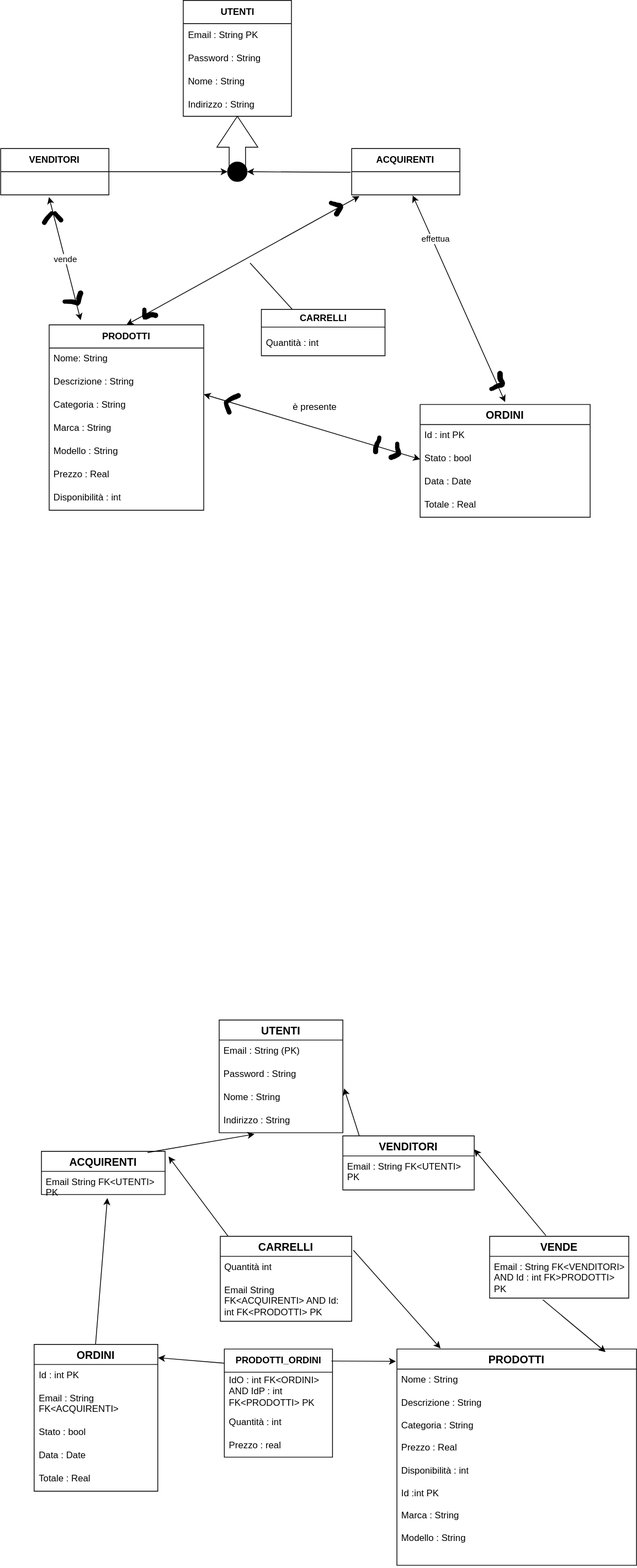
This is 2023-2024/Basi di Dati/Progetto/Diagramma E-Commerce.svg from paolotito1803/Informatica, a draw.io export, as it was before one commit. Source tidied: cells renumbered, new cells last; positions are measured from the earlier drawing's top-left corner, leaving out a move shared by most shapes.
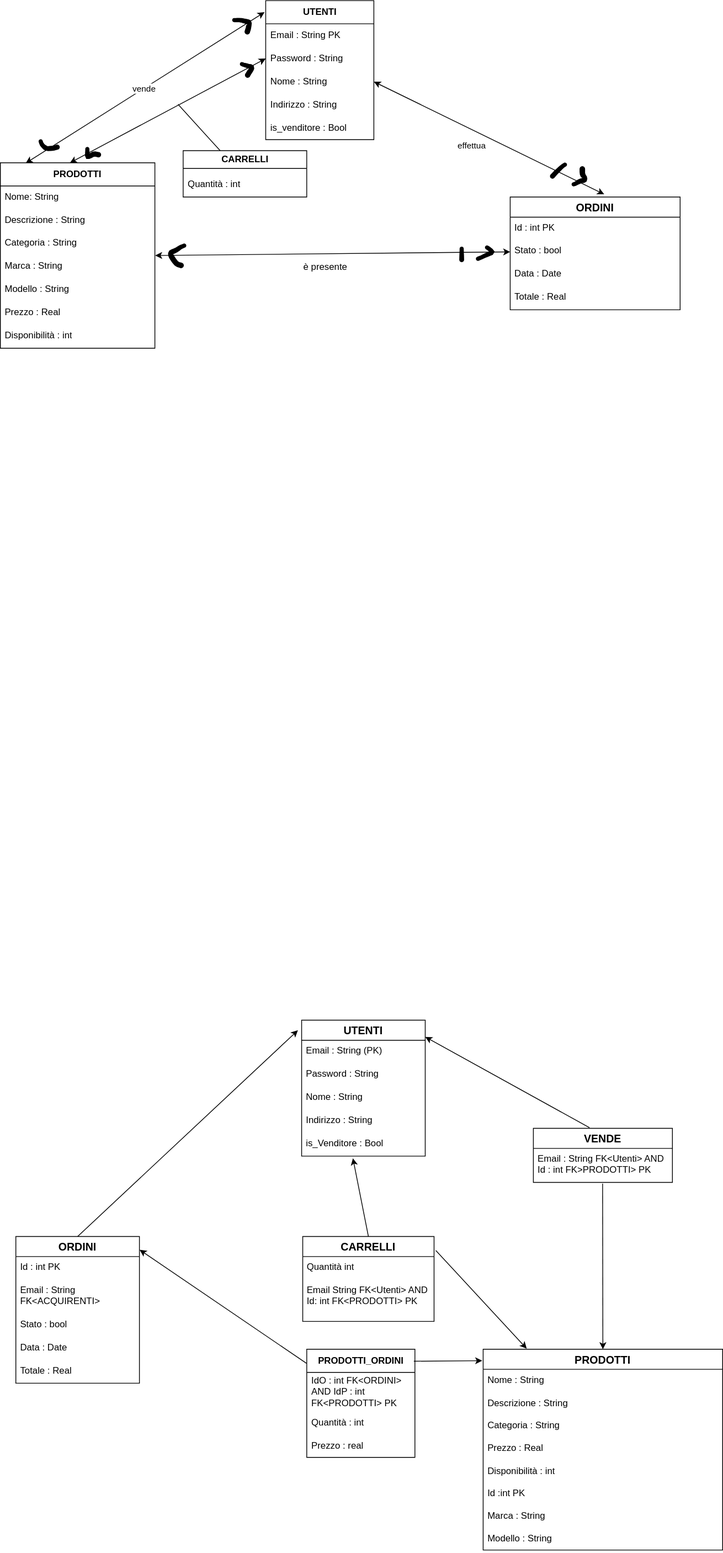
After the change.

Diff of the diagram source:
```diff
@@ -4,6 +4,4 @@
     <mxCell id="1" parent="0" />
-    <mxCell id="2" style="endArrow=classic;startArrow=classic;html=1;rounded=0;exitX=0.446;exitY=1.093;exitDx=0;exitDy=0;exitPerimeter=0;entryX=0.204;entryY=-0.025;entryDx=0;entryDy=0;entryPerimeter=0;" parent="1" edge="1" target="50">
-      <mxGeometry relative="1" as="geometry">
-        <mxPoint x="62.7" y="254.6" as="sourcePoint" />
-      </mxGeometry>
+    <mxCell id="2" style="endArrow=classic;startArrow=classic;html=1;rounded=0;exitX=-0.011;exitY=0.083;exitDx=0;exitDy=0;exitPerimeter=0;entryX=0.164;entryY=0.002;entryDx=0;entryDy=0;entryPerimeter=0;" parent="1" edge="1" source="43" target="50">
+      <mxGeometry relative="1" as="geometry" />
     </mxCell>
@@ -12,35 +10,18 @@
     </mxCell>
-    <mxCell id="4" style="html=1;shadow=0;dashed=0;align=center;verticalAlign=middle;shape=mxgraph.arrows2.arrow;dy=0.6;dx=40;direction=north;notch=0;" parent="1" vertex="1">
-      <mxGeometry x="280" y="150" width="53" height="70" as="geometry" />
-    </mxCell>
-    <mxCell id="5" style="ellipse;whiteSpace=wrap;html=1;fillColor=#000000;" parent="1" vertex="1">
-      <mxGeometry x="293.9" y="209.2" width="25.1" height="25.1" as="geometry" />
-    </mxCell>
-    <mxCell id="6" style="endArrow=classic;html=1;rounded=0;entryX=0;entryY=0.5;entryDx=0;entryDy=0;exitX=1;exitY=0.5;exitDx=0;exitDy=0;" parent="1" edge="1" source="48" target="5">
-      <mxGeometry relative="1" as="geometry" />
-    </mxCell>
-    <mxCell id="7" style="endArrow=classic;html=1;rounded=0;entryX=1;entryY=0.5;entryDx=0;entryDy=0;exitX=-0.01;exitY=0.025;exitDx=0;exitDy=0;exitPerimeter=0;" parent="1" edge="1" target="5">
-      <mxGeometry relative="1" as="geometry">
-        <mxPoint x="453" y="222.6" as="sourcePoint" />
-      </mxGeometry>
-    </mxCell>
-    <mxCell id="8" style="endArrow=classic;startArrow=classic;html=1;rounded=0;entryX=0.564;entryY=1.025;entryDx=0;entryDy=0;entryPerimeter=0;" parent="1" edge="1">
-      <mxGeometry relative="1" as="geometry">
-        <mxPoint x="653" y="520" as="sourcePoint" />
-        <mxPoint x="533.4" y="252.6" as="targetPoint" />
-      </mxGeometry>
+    <mxCell id="8" style="endArrow=classic;startArrow=classic;html=1;rounded=0;entryX=1;entryY=0.5;entryDx=0;entryDy=0;exitX=0.553;exitY=-0.025;exitDx=0;exitDy=0;exitPerimeter=0;" parent="1" edge="1" source="58" target="46">
+      <mxGeometry relative="1" as="geometry" />
     </mxCell>
     <mxCell id="9" value="effettua" style="edgeLabel;html=1;align=center;verticalAlign=middle;" parent="8" vertex="1">
-      <mxGeometry x="0.57" y="-4" relative="1" as="geometry" />
+      <mxGeometry x="0.57" y="-4" relative="1" as="geometry">
+        <mxPoint x="61" y="55" as="offset" />
+      </mxGeometry>
     </mxCell>
     <mxCell id="10" style="shape=(stored shape, 800 characters);lineShape=1;strokeColor=default;direction=north;" parent="1" vertex="1">
-      <mxGeometry x="633" y="480.2" width="19.4" height="25.1" as="geometry" />
+      <mxGeometry x="633" y="214.9" width="19.4" height="25.1" as="geometry" />
     </mxCell>
-    <mxCell id="11" style="endArrow=classic;startArrow=classic;html=1;rounded=0;exitX=0;exitY=0.5;exitDx=0;exitDy=0;" parent="1" edge="1" source="60">
-      <mxGeometry relative="1" as="geometry">
-        <mxPoint x="263" y="510" as="targetPoint" />
-      </mxGeometry>
+    <mxCell id="11" style="endArrow=classic;startArrow=classic;html=1;rounded=0;exitX=0;exitY=0.5;exitDx=0;exitDy=0;entryX=1.002;entryY=0;entryDx=0;entryDy=0;entryPerimeter=0;" parent="1" edge="1" source="60" target="54">
+      <mxGeometry relative="1" as="geometry" />
     </mxCell>
     <mxCell id="12" value="UTENTI" style="swimlane;fontStyle=1;horizontal=1;startSize=26;align=center;fontSize=14;" parent="1" vertex="1">
-      <mxGeometry x="283" y="1320" width="160" height="146" as="geometry" />
+      <mxGeometry x="283" y="1320" width="160" height="176" as="geometry" />
     </mxCell>
@@ -58,16 +39,7 @@
     </mxCell>
-    <mxCell id="17" value="ACQUIRENTI" style="swimlane;fontStyle=1;horizontal=1;startSize=26;align=center;fontSize=14;" parent="1" vertex="1">
-      <mxGeometry x="53" y="1490" width="160" height="56" as="geometry" />
-    </mxCell>
-    <mxCell id="18" value="Email String FK&amp;lt;UTENTI&amp;gt; PK" style="text;strokeColor=none;fillColor=none;spacingLeft=4;spacingRight=4;overflow=hidden;points=[[0,0.5],[1,0.5]];portConstraint=eastwest;fontSize=12;whiteSpace=wrap;html=1;" parent="17" vertex="1">
-      <mxGeometry y="26" width="160" height="30" as="geometry" />
-    </mxCell>
-    <mxCell id="19" value="VENDITORI" style="swimlane;fontStyle=1;horizontal=1;startSize=26;align=center;fontSize=14;" parent="1" vertex="1">
-      <mxGeometry x="443" y="1470" width="170" height="70" as="geometry" />
-    </mxCell>
-    <mxCell id="20" value="Email : String FK&amp;lt;UTENTI&amp;gt; PK" style="text;strokeColor=none;fillColor=none;spacingLeft=4;spacingRight=4;overflow=hidden;fontSize=12;whiteSpace=wrap;html=1;" parent="19" vertex="1">
-      <mxGeometry y="26" width="170" height="44" as="geometry" />
-    </mxCell>
+    <mxCell id="83" value="is_Venditore : Bool" style="text;strokeColor=none;fillColor=none;spacingLeft=4;spacingRight=4;overflow=hidden;points=[[0,0.5],[1,0.5]];portConstraint=eastwest;fontSize=12;whiteSpace=wrap;html=1;" parent="12" vertex="1">
+      <mxGeometry y="146" width="160" height="30" as="geometry" />
+    </mxCell>
     <mxCell id="21" value="ORDINI" style="swimlane;fontStyle=1;horizontal=1;startSize=26;align=center;fontSize=14;" parent="1" vertex="1">
-      <mxGeometry x="43.5" y="1740" width="160" height="190" as="geometry" />
+      <mxGeometry x="-87" y="1600" width="160" height="190" as="geometry" />
     </mxCell>
@@ -89,3 +61,3 @@
     <mxCell id="27" value="PRODOTTI" style="swimlane;fontStyle=1;horizontal=1;startSize=26;align=center;fontSize=14;" parent="1" vertex="1">
-      <mxGeometry x="513" y="1746" width="310" height="280" as="geometry" />
+      <mxGeometry x="518" y="1746" width="310" height="260" as="geometry" />
     </mxCell>
@@ -98,3 +70,3 @@
     <mxCell id="30" value="&lt;div&gt;&lt;br&gt;&lt;/div&gt;Disponibilità : int&lt;div&gt;&lt;br&gt;&lt;/div&gt;&lt;div&gt;Id :int PK&lt;/div&gt;&lt;div&gt;&lt;br&gt;&lt;/div&gt;&lt;div&gt;Marca : String&lt;/div&gt;&lt;div&gt;&lt;br&gt;&lt;/div&gt;&lt;div&gt;Modello : String&lt;/div&gt;" style="text;strokeColor=none;fillColor=none;spacingLeft=4;spacingRight=4;overflow=hidden;fontSize=12;whiteSpace=wrap;html=1;" parent="27" vertex="1">
-      <mxGeometry y="130" width="310" height="150" as="geometry" />
+      <mxGeometry y="130" width="310" height="130" as="geometry" />
     </mxCell>
@@ -106,26 +78,18 @@
     </mxCell>
-    <mxCell id="33" value="Email String FK&amp;lt;ACQUIRENTI&amp;gt; AND Id: int FK&amp;lt;PRODOTTI&amp;gt; PK" style="text;strokeColor=none;fillColor=none;spacingLeft=4;spacingRight=4;overflow=hidden;fontSize=12;whiteSpace=wrap;html=1;" parent="31" vertex="1">
+    <mxCell id="33" value="Email String FK&amp;lt;Utenti&amp;gt; AND Id: int FK&amp;lt;PRODOTTI&amp;gt; PK" style="text;strokeColor=none;fillColor=none;spacingLeft=4;spacingRight=4;overflow=hidden;fontSize=12;whiteSpace=wrap;html=1;" parent="31" vertex="1">
       <mxGeometry y="56" width="170" height="54" as="geometry" />
     </mxCell>
-    <mxCell id="34" style="endArrow=classic;html=1;rounded=0;exitX=0.858;exitY=0.03;exitDx=0;exitDy=0;exitPerimeter=0;entryX=0.285;entryY=1.06;entryDx=0;entryDy=0;entryPerimeter=0;" parent="1" edge="1" source="17" target="16">
-      <mxGeometry relative="1" as="geometry" />
-    </mxCell>
-    <mxCell id="35" style="endArrow=classic;html=1;rounded=0;exitX=0.125;exitY=0;exitDx=0;exitDy=0;exitPerimeter=0;entryX=1.01;entryY=0.087;entryDx=0;entryDy=0;entryPerimeter=0;" parent="1" edge="1" source="19" target="15">
-      <mxGeometry relative="1" as="geometry" />
-    </mxCell>
-    <mxCell id="36" style="endArrow=classic;html=1;rounded=0;entryX=0.533;entryY=1.153;entryDx=0;entryDy=0;entryPerimeter=0;" parent="1" edge="1" target="18">
-      <mxGeometry relative="1" as="geometry">
-        <mxPoint x="123" y="1740" as="sourcePoint" />
-      </mxGeometry>
+    <mxCell id="36" style="endArrow=classic;html=1;rounded=0;entryX=-0.03;entryY=0.074;entryDx=0;entryDy=0;entryPerimeter=0;exitX=0.5;exitY=0;exitDx=0;exitDy=0;" parent="1" edge="1" source="21" target="12">
+      <mxGeometry relative="1" as="geometry" />
     </mxCell>
     <mxCell id="37" value="VENDE" style="swimlane;fontStyle=1;horizontal=1;startSize=26;align=center;fontSize=14;" parent="1" vertex="1">
-      <mxGeometry x="633" y="1600" width="180" height="80" as="geometry" />
+      <mxGeometry x="583" y="1460" width="180" height="70" as="geometry" />
     </mxCell>
-    <mxCell id="38" value="Email : String FK&amp;lt;VENDITORI&amp;gt; AND Id : int FK&amp;gt;PRODOTTI&amp;gt; PK" style="text;strokeColor=none;fillColor=none;spacingLeft=4;spacingRight=4;overflow=hidden;points=[[0,0.5],[1,0.5]];portConstraint=eastwest;fontSize=12;whiteSpace=wrap;html=1;" parent="37" vertex="1">
-      <mxGeometry y="26" width="180" height="54" as="geometry" />
+    <mxCell id="38" value="Email : String FK&amp;lt;Utenti&amp;gt; AND Id : int FK&amp;gt;PRODOTTI&amp;gt; PK" style="text;strokeColor=none;fillColor=none;spacingLeft=4;spacingRight=4;overflow=hidden;points=[[0,0.5],[1,0.5]];portConstraint=eastwest;fontSize=12;whiteSpace=wrap;html=1;" parent="37" vertex="1">
+      <mxGeometry y="26" width="180" height="44" as="geometry" />
     </mxCell>
-    <mxCell id="39" style="endArrow=classic;html=1;rounded=0;entryX=1;entryY=0.25;entryDx=0;entryDy=0;exitX=0.404;exitY=-0.012;exitDx=0;exitDy=0;exitPerimeter=0;" parent="1" edge="1" source="37" target="19">
+    <mxCell id="39" style="endArrow=classic;html=1;rounded=0;entryX=1;entryY=0.123;entryDx=0;entryDy=0;exitX=0.404;exitY=-0.012;exitDx=0;exitDy=0;exitPerimeter=0;entryPerimeter=0;" parent="1" edge="1" source="37" target="12">
       <mxGeometry relative="1" as="geometry" />
     </mxCell>
-    <mxCell id="40" style="endArrow=classic;html=1;rounded=0;entryX=0.871;entryY=0.014;entryDx=0;entryDy=0;entryPerimeter=0;exitX=0.382;exitY=1.041;exitDx=0;exitDy=0;exitPerimeter=0;" parent="1" edge="1" source="38" target="27">
+    <mxCell id="40" style="endArrow=classic;html=1;rounded=0;entryX=0.5;entryY=0;entryDx=0;entryDy=0;exitX=0.498;exitY=1.037;exitDx=0;exitDy=0;exitPerimeter=0;" parent="1" edge="1" source="38" target="27">
       <mxGeometry relative="1" as="geometry" />
@@ -135,3 +99,3 @@
     </mxCell>
-    <mxCell id="42" style="endArrow=classic;html=1;rounded=0;entryX=1.028;entryY=0.121;entryDx=0;entryDy=0;exitX=0.059;exitY=0;exitDx=0;exitDy=0;exitPerimeter=0;entryPerimeter=0;" parent="1" edge="1" source="31" target="17">
+    <mxCell id="42" style="endArrow=classic;html=1;rounded=0;entryX=0.415;entryY=1.093;entryDx=0;entryDy=0;exitX=0.5;exitY=0;exitDx=0;exitDy=0;entryPerimeter=0;" parent="1" edge="1" source="31" target="83">
       <mxGeometry relative="1" as="geometry" />
@@ -139,3 +103,3 @@
     <mxCell id="43" value="&lt;b&gt;UTENTI&lt;/b&gt;" style="swimlane;fontStyle=0;horizontal=1;startSize=30;whiteSpace=wrap;html=1;" parent="1" vertex="1">
-      <mxGeometry x="236.5" width="140" height="150" as="geometry" />
+      <mxGeometry x="236.5" width="140" height="180" as="geometry" />
     </mxCell>
@@ -153,10 +117,7 @@
     </mxCell>
-    <mxCell id="48" value="&lt;b&gt;VENDITORI&lt;/b&gt;" style="swimlane;fontStyle=0;horizontal=1;startSize=30;whiteSpace=wrap;html=1;" parent="1" vertex="1">
-      <mxGeometry x="0.3" y="191.8" width="140" height="60" as="geometry" />
-    </mxCell>
-    <mxCell id="49" value="&lt;b&gt;ACQUIRENTI&lt;/b&gt;" style="swimlane;fontStyle=0;horizontal=1;startSize=30;whiteSpace=wrap;html=1;" parent="1" vertex="1">
-      <mxGeometry x="454.4" y="191.8" width="140" height="60" as="geometry" />
-    </mxCell>
+    <mxCell id="84" value="is_venditore : Bool" style="text;strokeColor=none;fillColor=none;align=left;verticalAlign=middle;spacingLeft=4;spacingRight=4;overflow=hidden;whiteSpace=wrap;html=1;" parent="43" vertex="1">
+      <mxGeometry y="150" width="140" height="30" as="geometry" />
+    </mxCell>
     <mxCell id="50" value="&lt;b&gt;PRODOTTI&lt;/b&gt;" style="swimlane;fontStyle=0;horizontal=1;startSize=30;whiteSpace=wrap;html=1;" parent="1" vertex="1">
-      <mxGeometry x="63" y="420" width="200" height="240" as="geometry" />
+      <mxGeometry x="-107" y="210" width="200" height="240" as="geometry" />
     </mxCell>
@@ -184,3 +145,3 @@
     <mxCell id="58" value="ORDINI" style="swimlane;fontStyle=1;horizontal=1;startSize=26;align=center;fontSize=14;" parent="1" vertex="1">
-      <mxGeometry x="543" y="523.1" width="220" height="146" as="geometry" />
+      <mxGeometry x="553" y="254.3" width="220" height="146" as="geometry" />
     </mxCell>
@@ -198,10 +159,9 @@
     </mxCell>
-    <mxCell id="63" style="endArrow=classic;startArrow=classic;html=1;rounded=0;exitX=0.5;exitY=0;exitDx=0;exitDy=0;entryX=0.073;entryY=1.052;entryDx=0;entryDy=0;entryPerimeter=0;" parent="1" edge="1" source="50">
-      <mxGeometry relative="1" as="geometry">
-        <mxPoint x="464.6" y="253.4" as="targetPoint" />
-      </mxGeometry>
+    <mxCell id="63" style="endArrow=classic;startArrow=classic;html=1;rounded=0;exitX=0.45;exitY=0;exitDx=0;exitDy=0;entryX=0;entryY=0.5;entryDx=0;entryDy=0;exitPerimeter=0;" parent="1" edge="1" source="50" target="45">
+      <mxGeometry relative="1" as="geometry" />
     </mxCell>
-    <mxCell id="64" style="endArrow=none;html=1;rounded=0;entryX=0.25;entryY=0;entryDx=0;entryDy=0;" parent="1" edge="1" target="65">
+    <mxCell id="64" style="endArrow=none;html=1;rounded=0;entryX=0.25;entryY=0;entryDx=0;entryDy=0;" parent="1" edge="1">
       <mxGeometry relative="1" as="geometry">
-        <mxPoint x="323" y="340" as="sourcePoint" />
+        <mxPoint x="123" y="134.3" as="sourcePoint" />
+        <mxPoint x="177.6" y="194.3" as="targetPoint" />
       </mxGeometry>
@@ -209,3 +169,3 @@
     <mxCell id="65" value="CARRELLI" style="swimlane;whiteSpace=wrap;html=1;" parent="1" vertex="1">
-      <mxGeometry x="337.6" y="400" width="160" height="60" as="geometry" />
+      <mxGeometry x="129.6" y="194.3" width="160" height="60" as="geometry" />
     </mxCell>
@@ -214,31 +174,10 @@
     </mxCell>
-    <mxCell id="67" style="shape=(stored shape, 736 characters);lineShape=1;strokeColor=default;" parent="1" vertex="1">
-      <mxGeometry x="502.6" y="571.8" width="15.2" height="22.7" as="geometry" />
-    </mxCell>
-    <mxCell id="68" style="shape=(stored shape, 684 characters);lineShape=1;strokeColor=default;" parent="1" vertex="1">
-      <mxGeometry x="289.6" y="519" width="8.9" height="16.7" as="geometry" />
-    </mxCell>
-    <mxCell id="69" style="shape=(stored shape, 768 characters);lineShape=1;strokeColor=default;" parent="1" vertex="1">
-      <mxGeometry x="289.6" y="508.9" width="20.9" height="13.7" as="geometry" />
-    </mxCell>
-    <mxCell id="70" style="shape=(stored shape, 812 characters);lineShape=1;strokeColor=default;" parent="1" vertex="1">
-      <mxGeometry x="425.4" y="260" width="17.6" height="19.4" as="geometry" />
+    <mxCell id="70" style="shape=(stored shape, 812 characters);lineShape=1;strokeColor=default;direction=east;" parent="1" vertex="1">
+      <mxGeometry x="203.5" y="80" width="17.6" height="19.4" as="geometry" />
     </mxCell>
     <mxCell id="71" style="shape=(stored shape, 796 characters);lineShape=1;strokeColor=default;" parent="1" vertex="1">
-      <mxGeometry x="183.6" y="398.2" width="19.9" height="14.5" as="geometry" />
+      <mxGeometry x="3" y="190" width="19.9" height="14.5" as="geometry" />
     </mxCell>
-    <mxCell id="72" style="shape=(stored shape, 728 characters);lineShape=1;strokeColor=default;" parent="1" vertex="1">
-      <mxGeometry x="54.1" y="273.4" width="14.2" height="16.8" as="geometry" />
-    </mxCell>
-    <mxCell id="73" style="shape=(stored shape, 708 characters);lineShape=1;strokeColor=default;" parent="1" vertex="1">
-      <mxGeometry x="68.4" y="273.4" width="12.4" height="13.5" as="geometry" />
-    </mxCell>
-    <mxCell id="74" style="shape=(stored shape, 808 characters);lineShape=1;strokeColor=default;" parent="1" vertex="1">
-      <mxGeometry x="80.8" y="376" width="25.8" height="18.9" as="geometry" />
-    </mxCell>
-    <mxCell id="75" style="shape=(stored shape, 752 characters);lineShape=1;strokeColor=default;" parent="1" vertex="1">
-      <mxGeometry x="482.6" y="563.8" width="9.8" height="23.2" as="geometry" />
-    </mxCell>
     <mxCell id="76" value="è presente" style="text;html=1;align=center;verticalAlign=middle;whiteSpace=wrap;rounded=0;" parent="1" vertex="1">
-      <mxGeometry x="376.5" y="512.4" width="60" height="30" as="geometry" />
+      <mxGeometry x="284.4" y="330" width="60" height="30" as="geometry" />
     </mxCell>
@@ -262,2 +201,20 @@
     </mxCell>
+    <mxCell id="85" style="shape=(stored shape, 784 characters);lineShape=1;strokeColor=default;" parent="1" vertex="1">
+      <mxGeometry x="-57" y="180" width="26.3" height="14.3" as="geometry" />
+    </mxCell>
+    <mxCell id="86" style="shape=(stored shape, 916 characters);lineShape=1;strokeColor=default;" parent="1" vertex="1">
+      <mxGeometry x="110.6" y="315" width="22.6" height="30.8" as="geometry" />
+    </mxCell>
+    <mxCell id="87" style="shape=(stored shape, 776 characters);lineShape=1;strokeColor=default;" parent="1" vertex="1">
+      <mxGeometry x="509.1" y="317.4" width="23.3" height="19" as="geometry" />
+    </mxCell>
+    <mxCell id="88" style="shape=(stored shape, 652 characters);lineShape=1;strokeColor=default;" parent="1" vertex="1">
+      <mxGeometry x="487.6" y="319" width="5.3" height="19" as="geometry" />
+    </mxCell>
+    <mxCell id="89" style="shape=(stored shape, 828 characters);lineShape=1;strokeColor=default;" parent="1" vertex="1">
+      <mxGeometry x="193.6" y="22.9" width="24.3" height="20.4" as="geometry" />
+    </mxCell>
+    <mxCell id="90" style="shape=(stored shape, 752 characters);lineShape=1;strokeColor=default;" parent="1" vertex="1">
+      <mxGeometry x="605" y="210.2" width="21" height="19.8" as="geometry" />
+    </mxCell>
   </root>
```
